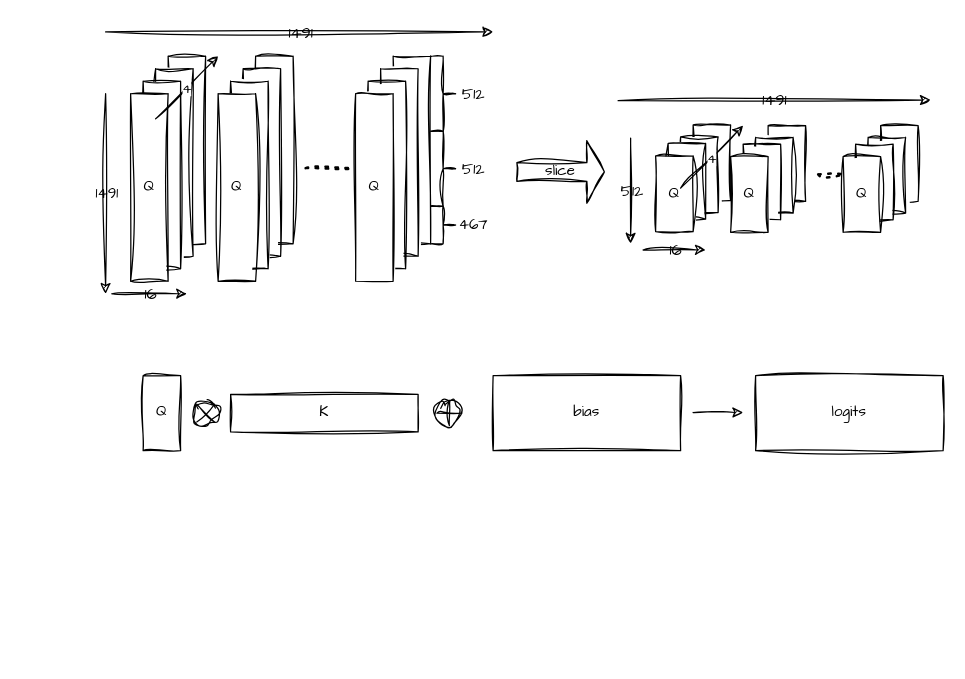
Above: 未命名绘图.drawio in bfishT/bfishT (draw.io), before the change. Source tidied: cells renumbered, new cells numbered last; positions are measured from the earlier drawing's top-left corner, leaving out a move shared by most shapes. Both pictures are drawn from the tidied source at 125%, with x=0, y=0 at pixel (105, 31).
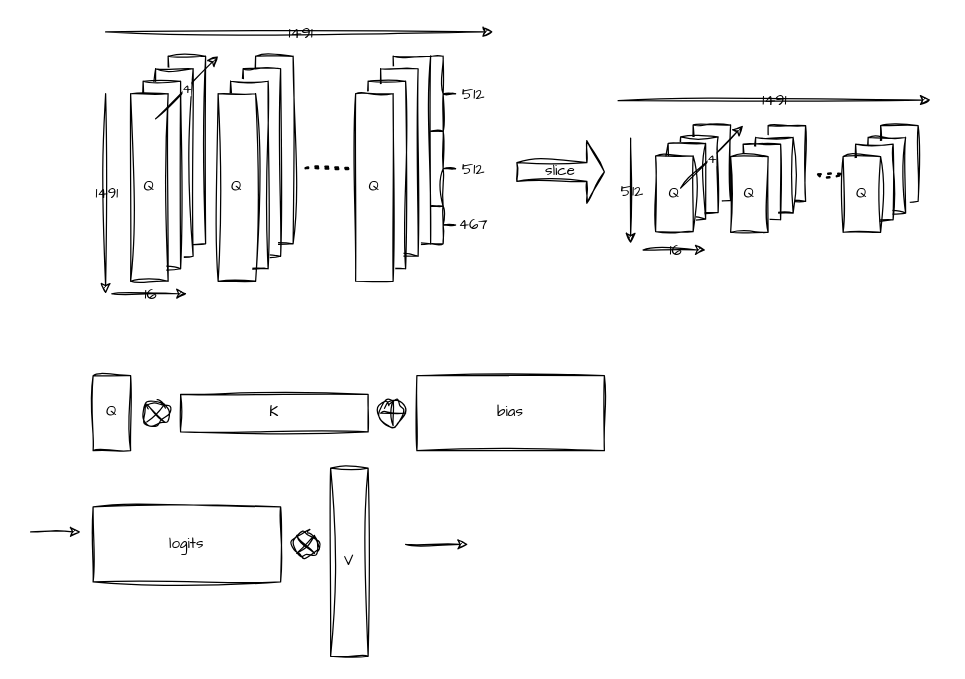
The same page after the edit.

Commit message:
更新未命名绘图.drawio

Diff of the diagram source:
```diff
@@
+    <mxCell id="58" style="endArrow=classic;html=1;sketch=1;hachureGap=4;jiggle=2;curveFitting=1;fontFamily=Architects Daughter;" parent="1" edge="1">
+      <mxGeometry relative="1" as="geometry">
+        <mxPoint x="40" y="69.5" as="sourcePoint" />
+        <mxPoint x="90" y="19.5" as="targetPoint" />
+      </mxGeometry>
+    </mxCell>
+    <mxCell id="59" value="4" style="edgeLabel;html=1;align=center;verticalAlign=middle;sketch=1;hachureGap=4;jiggle=2;curveFitting=1;fontFamily=Architects Daughter;" parent="58" vertex="1">
+      <mxGeometry relative="1" as="geometry" />
+    </mxCell>
     <mxCell id="54" value="Q" style="rounded=0;whiteSpace=wrap;html=1;sketch=1;hachureGap=4;jiggle=2;curveFitting=1;fontFamily=Architects Daughter;labelBackgroundColor=none;" parent="1" vertex="1">
-      <mxGeometry x="30" y="275" width="30" height="60" as="geometry" />
+      <mxGeometry x="-10" y="275" width="30" height="60" as="geometry" />
     </mxCell>
     <mxCell id="55" value="K" style="rounded=0;whiteSpace=wrap;html=1;sketch=1;hachureGap=4;jiggle=2;curveFitting=1;fontFamily=Architects Daughter;labelBackgroundColor=none;" parent="1" vertex="1">
-      <mxGeometry x="100" y="290" width="150" height="30" as="geometry" />
+      <mxGeometry x="60" y="290" width="150" height="30" as="geometry" />
     </mxCell>
     <mxCell id="56" style="shape=sumEllipse;perimeter=ellipsePerimeter;whiteSpace=wrap;html=1;backgroundOutline=1;sketch=1;hachureGap=4;jiggle=2;curveFitting=1;fontFamily=Architects Daughter;labelBackgroundColor=none;" parent="1" vertex="1">
-      <mxGeometry x="70" y="295" width="20" height="20" as="geometry" />
+      <mxGeometry x="30" y="295" width="20" height="20" as="geometry" />
     </mxCell>
     <mxCell id="57" value="logits" style="rounded=0;whiteSpace=wrap;html=1;sketch=1;hachureGap=4;jiggle=2;curveFitting=1;fontFamily=Architects Daughter;" parent="1" vertex="1">
-      <mxGeometry x="520" y="275" width="150" height="60" as="geometry" />
+      <mxGeometry x="-10" y="380" width="150" height="60" as="geometry" />
     </mxCell>
-    <mxCell id="58" style="endArrow=classic;html=1;sketch=1;hachureGap=4;jiggle=2;curveFitting=1;fontFamily=Architects Daughter;" parent="1" edge="1">
-      <mxGeometry relative="1" as="geometry">
-        <mxPoint x="40" y="69.5" as="sourcePoint" />
-        <mxPoint x="90" y="19.5" as="targetPoint" />
-      </mxGeometry>
-    </mxCell>
-    <mxCell id="59" value="4" style="edgeLabel;html=1;align=center;verticalAlign=middle;sketch=1;hachureGap=4;jiggle=2;curveFitting=1;fontFamily=Architects Daughter;" parent="58" vertex="1">
-      <mxGeometry relative="1" as="geometry" />
-    </mxCell>
     <mxCell id="60" style="shape=orEllipse;perimeter=ellipsePerimeter;whiteSpace=wrap;html=1;backgroundOutline=1;sketch=1;hachureGap=4;jiggle=2;curveFitting=1;fontFamily=Architects Daughter;" parent="1" vertex="1">
-      <mxGeometry x="265" y="295" width="20" height="20" as="geometry" />
+      <mxGeometry x="220" y="295" width="20" height="20" as="geometry" />
     </mxCell>
     <mxCell id="61" value="bias" style="rounded=0;whiteSpace=wrap;html=1;sketch=1;hachureGap=4;jiggle=2;curveFitting=1;fontFamily=Architects Daughter;" parent="1" vertex="1">
-      <mxGeometry x="310" y="275" width="150" height="60" as="geometry" />
+      <mxGeometry x="249" y="275" width="150" height="60" as="geometry" />
     </mxCell>
     <mxCell id="62" style="endArrow=classic;html=1;sketch=1;hachureGap=4;jiggle=2;curveFitting=1;fontFamily=Architects Daughter;" parent="1" edge="1">
       <mxGeometry relative="1" as="geometry">
-        <mxPoint x="470" y="304.5" as="sourcePoint" />
-        <mxPoint x="510" y="304.5" as="targetPoint" />
+        <mxPoint x="-60" y="400" as="sourcePoint" />
+        <mxPoint x="-20" y="400" as="targetPoint" />
       </mxGeometry>
     </mxCell>
+    <mxCell id="63" value="V" style="rounded=0;whiteSpace=wrap;html=1;sketch=1;hachureGap=4;jiggle=2;curveFitting=1;fontFamily=Architects Daughter;" parent="1" vertex="1">
+      <mxGeometry x="180" y="349" width="30" height="150.5" as="geometry" />
+    </mxCell>
+    <mxCell id="64" style="shape=sumEllipse;perimeter=ellipsePerimeter;whiteSpace=wrap;html=1;backgroundOutline=1;sketch=1;hachureGap=4;jiggle=2;curveFitting=1;fontFamily=Architects Daughter;labelBackgroundColor=none;" parent="1" vertex="1">
+      <mxGeometry x="150" y="400" width="20" height="20" as="geometry" />
+    </mxCell>
+    <mxCell id="65" style="endArrow=classic;html=1;rounded=0;sketch=1;hachureGap=4;jiggle=2;curveFitting=1;fontFamily=Architects Daughter;" parent="1" edge="1">
+      <mxGeometry relative="1" as="geometry">
+        <mxPoint x="240" y="410" as="sourcePoint" />
+        <mxPoint x="290" y="410" as="targetPoint" />
+      </mxGeometry>
+    </mxCell>
```
